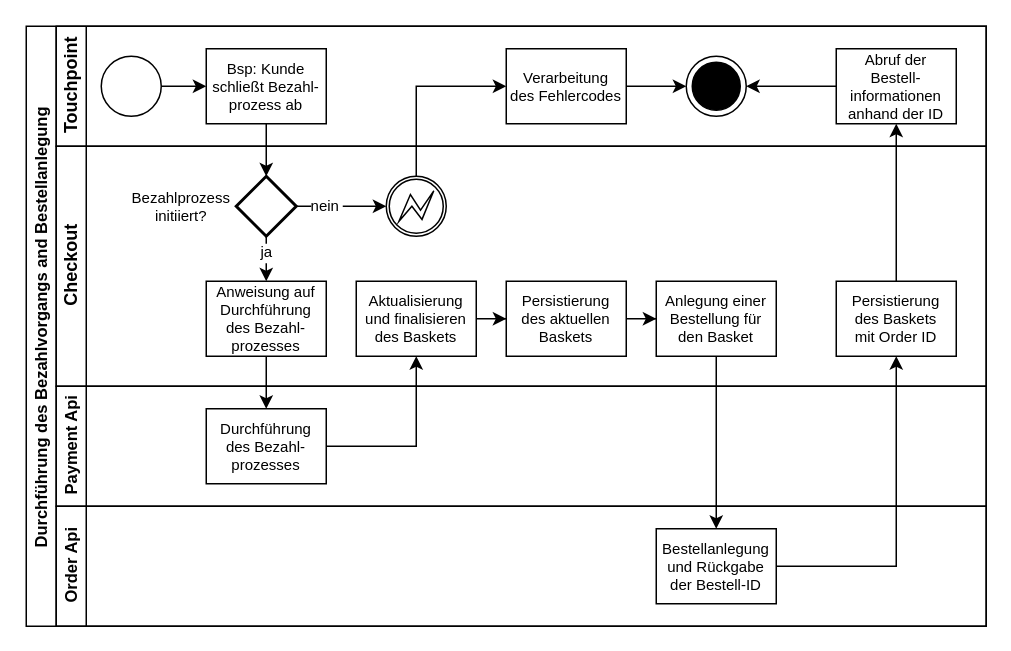
Above: svg/SL ExecPayment.drawio in Thalmaier/bachelor-thesis (draw.io), before the change. Source tidied: cells renumbered, new cells numbered last; positions are measured from the earlier drawing's top-left corner, leaving out a move shared by most shapes. Both pictures are drawn from the tidied source at 150%, with x=0, y=0 at pixel (26, 26).
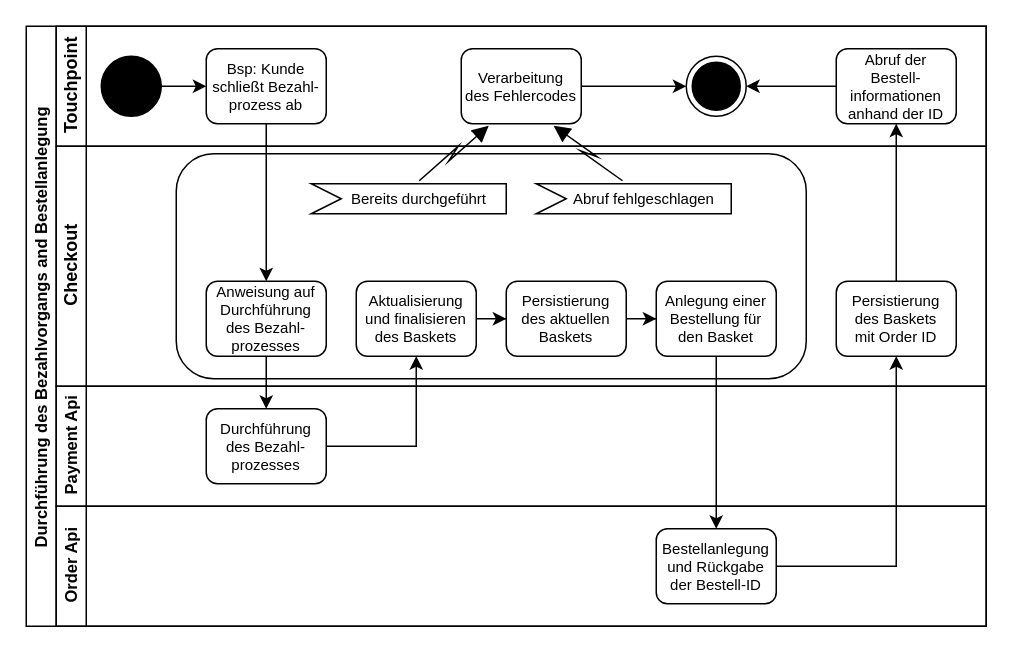
The same diagram, later.

The change refers to these unchanged cells:
```xml
<mxCell id="2" value="Durchführung des Bezahlvorgangs and Bestellanlegung" style="swimlane;horizontal=0;startSize=20;fontColor=#000000;strokeColor=#000000;fontSize=11;fillColor=none;" parent="1" vertex="1">
  <mxGeometry width="640" height="400" as="geometry" />
</mxCell>
<mxCell id="3" value="Touchpoint" style="swimlane;html=1;startSize=20;horizontal=0;fontColor=#000000;strokeColor=#000000;fillColor=none;" parent="2" vertex="1">
  <mxGeometry x="20" width="620" height="80" as="geometry" />
</mxCell>
<mxCell id="14" value="Checkout" style="swimlane;html=1;startSize=20;horizontal=0;fontColor=#000000;strokeColor=#000000;fillColor=none;" parent="2" vertex="1">
  <mxGeometry x="20" y="80" width="620" height="160" as="geometry" />
</mxCell>
<mxCell id="29" value="Payment Api" style="swimlane;html=1;startSize=20;horizontal=0;fontColor=#000000;strokeColor=#000000;fontSize=11;fillColor=none;" parent="2" vertex="1">
  <mxGeometry x="20" y="240" width="620" height="80" as="geometry" />
</mxCell>
<mxCell id="31" value="Order Api" style="swimlane;html=1;startSize=20;horizontal=0;fontColor=#000000;strokeColor=#000000;fontSize=11;fillColor=none;" parent="2" vertex="1">
  <mxGeometry x="20" y="320" width="620" height="80" as="geometry" />
</mxCell>
```

The edit, as a diff of the source:
```diff
@@
-    <mxCell id="5" style="ellipse;whiteSpace=wrap;html=1;fontColor=#000000;strokeColor=#000000;fillColor=#FFFFFF;" parent="3" vertex="1">
+    <mxCell id="5" style="ellipse;whiteSpace=wrap;html=1;fontColor=#000000;strokeColor=#000000;fillColor=#000000;" parent="3" vertex="1">
       <mxGeometry x="30" y="20" width="40" height="40" as="geometry" />
     </mxCell>
-    <mxCell id="6" value="Bsp: Kunde&#10;schließt Bezahl-&#10;prozess ab" style="rounded=0;fontFamily=Helvetica;fontSize=10;fontColor=#000000;align=center;strokeColor=#000000;fillColor=#FFFFFF;" parent="3" vertex="1">
+    <mxCell id="6" value="Bsp: Kunde&#10;schließt Bezahl-&#10;prozess ab" style="rounded=1;fontFamily=Helvetica;fontSize=10;fontColor=#000000;align=center;strokeColor=#000000;fillColor=#FFFFFF;" parent="3" vertex="1">
       <mxGeometry x="100" y="15" width="80" height="50" as="geometry" />
     </mxCell>
@@
-    <mxCell id="8" value="Verarbeitung&#10;des Fehlercodes" style="rounded=0;fontFamily=Helvetica;fontSize=10;fontColor=#000000;align=center;strokeColor=#000000;fillColor=#FFFFFF;" parent="3" vertex="1">
-      <mxGeometry x="300" y="15" width="80" height="50" as="geometry" />
+    <mxCell id="8" value="Verarbeitung&#10;des Fehlercodes" style="rounded=1;fontFamily=Helvetica;fontSize=10;fontColor=#000000;align=center;strokeColor=#000000;fillColor=#FFFFFF;" parent="3" vertex="1">
+      <mxGeometry x="270" y="15" width="80" height="50" as="geometry" />
     </mxCell>
@@
-    <mxCell id="11" value="Abruf der&#10;Bestell-&#10;informationen&#10;anhand der ID" style="rounded=0;fontFamily=Helvetica;fontSize=10;fontColor=#000000;align=center;strokeColor=#000000;fillColor=#FFFFFF;" parent="3" vertex="1">
+    <mxCell id="11" value="Abruf der&#10;Bestell-&#10;informationen&#10;anhand der ID" style="rounded=1;fontFamily=Helvetica;fontSize=10;fontColor=#000000;align=center;strokeColor=#000000;fillColor=#FFFFFF;" parent="3" vertex="1">
       <mxGeometry x="520" y="15" width="80" height="50" as="geometry" />
     </mxCell>
-    <mxCell id="12" style="edgeStyle=orthogonalEdgeStyle;rounded=0;jettySize=auto;html=1;fontSize=10;fontColor=#000000;strokeColor=#000000;entryX=0.5;entryY=0;entryDx=0;entryDy=0;entryPerimeter=0;" parent="2" edge="1" source="6" target="22">
+    <mxCell id="12" style="edgeStyle=orthogonalEdgeStyle;rounded=0;jettySize=auto;html=1;fontSize=10;fontColor=#000000;strokeColor=#000000;" parent="2" edge="1" source="6" target="24">
       <mxGeometry relative="1" as="geometry" />
     </mxCell>
-    <mxCell id="13" style="edgeStyle=orthogonalEdgeStyle;rounded=0;jettySize=auto;html=1;fontSize=10;fontColor=#000000;strokeColor=#000000;exitX=0.5;exitY=0;exitDx=0;exitDy=0;exitPerimeter=0;entryX=0;entryY=0.5;entryDx=0;entryDy=0;" parent="2" edge="1" source="15" target="8">
-      <mxGeometry relative="1" as="geometry" />
-    </mxCell>
@@
-    <mxCell id="15" style="points=[[0.145,0.145,0],[0.5,0,0],[0.855,0.145,0],[1,0.5,0],[0.855,0.855,0],[0.5,1,0],[0.145,0.855,0],[0,0.5,0]];shape=mxgraph.bpmn.event;html=1;verticalLabelPosition=bottom;labelBackgroundColor=#ffffff;verticalAlign=top;align=center;perimeter=ellipsePerimeter;outlineConnect=0;outline=boundInt;symbol=error;fontSize=10;fontColor=#000000;strokeColor=#000000;fillColor=#FFFFFF;" parent="14" vertex="1">
-      <mxGeometry x="220" y="20" width="40" height="40" as="geometry" />
-    </mxCell>
+    <mxCell id="38" style="html=1;align=right;verticalAlign=top;rounded=1;absoluteArcSize=1;arcSize=50;dashed=0;spacingTop=10;spacingRight=30;sketch=0;fillStyle=auto;fillColor=none;" parent="14" vertex="1">
+      <mxGeometry x="80" y="5" width="420" height="150" as="geometry" />
+    </mxCell>
@@
-    <mxCell id="17" value="Aktualisierung&#10;und finalisieren&#10;des Baskets" style="rounded=0;fontFamily=Helvetica;fontSize=10;fontColor=#000000;align=center;strokeColor=#000000;fillColor=#FFFFFF;" parent="14" vertex="1">
+    <mxCell id="17" value="Aktualisierung&#10;und finalisieren&#10;des Baskets" style="rounded=1;fontFamily=Helvetica;fontSize=10;fontColor=#000000;align=center;strokeColor=#000000;fillColor=#FFFFFF;" parent="14" vertex="1">
       <mxGeometry x="200" y="90" width="80" height="50" as="geometry" />
     </mxCell>
-    <mxCell id="18" style="edgeStyle=orthogonalEdgeStyle;rounded=0;jettySize=auto;html=1;fontSize=11;fontColor=#000000;strokeColor=#000000;" parent="14" edge="1" source="22" target="15">
-      <mxGeometry relative="1" as="geometry" />
-    </mxCell>
-    <mxCell id="19" value="nein" style="edgeLabel;align=center;verticalAlign=middle;fontSize=10;fontColor=#000000;labelBackgroundColor=#FFFFFF;" parent="18" vertex="1">
-      <mxGeometry x="-0.19" relative="1" as="geometry">
-        <mxPoint x="-5" y="-1" as="offset" />
-      </mxGeometry>
-    </mxCell>
-    <mxCell id="20" style="edgeStyle=orthogonalEdgeStyle;rounded=0;jettySize=auto;html=1;fontSize=11;fontColor=#000000;strokeColor=#000000;" parent="14" edge="1" source="22" target="24">
-      <mxGeometry relative="1" as="geometry" />
-    </mxCell>
-    <mxCell id="21" value="ja" style="edgeLabel;align=center;verticalAlign=middle;fontSize=10;fontColor=#000000;labelBackgroundColor=#FFFFFF;" parent="20" vertex="1">
-      <mxGeometry x="-0.36" y="-1" relative="1" as="geometry">
-        <mxPoint x="1" y="-6" as="offset" />
-      </mxGeometry>
-    </mxCell>
-    <mxCell id="22" style="strokeWidth=2;html=1;shape=mxgraph.flowchart.decision;whiteSpace=wrap;fontSize=10;fontColor=#000000;fillColor=#FFFFFF;strokeColor=#000000;" parent="14" vertex="1">
-      <mxGeometry x="120" y="20" width="40" height="40" as="geometry" />
-    </mxCell>
-    <mxCell id="23" value="Bezahlprozess&#10;initiiert?" style="text;strokeColor=none;fillColor=none;align=center;verticalAlign=middle;fontSize=10;fontColor=#000000;labelBackgroundColor=none;" parent="14" vertex="1">
-      <mxGeometry x="56" y="35" width="55" height="10" as="geometry" />
-    </mxCell>
-    <mxCell id="24" value="Anweisung auf&#10;Durchführung&#10;des Bezahl-&#10;prozesses" style="rounded=0;fontFamily=Helvetica;fontSize=10;fontColor=#000000;align=center;strokeColor=#000000;fillColor=#FFFFFF;" parent="14" vertex="1">
+    <mxCell id="24" value="Anweisung auf&#10;Durchführung&#10;des Bezahl-&#10;prozesses" style="rounded=1;fontFamily=Helvetica;fontSize=10;fontColor=#000000;align=center;strokeColor=#000000;fillColor=#FFFFFF;" parent="14" vertex="1">
       <mxGeometry x="100" y="90" width="80" height="50" as="geometry" />
     </mxCell>
@@
-    <mxCell id="26" value="Persistierung&#10;des aktuellen&#10;Baskets" style="rounded=0;fontFamily=Helvetica;fontSize=10;fontColor=#000000;align=center;strokeColor=#000000;fillColor=#FFFFFF;" parent="14" vertex="1">
+    <mxCell id="26" value="Persistierung&#10;des aktuellen&#10;Baskets" style="rounded=1;fontFamily=Helvetica;fontSize=10;fontColor=#000000;align=center;strokeColor=#000000;fillColor=#FFFFFF;" parent="14" vertex="1">
       <mxGeometry x="300" y="90" width="80" height="50" as="geometry" />
     </mxCell>
-    <mxCell id="27" value="Anlegung einer&#10;Bestellung für&#10;den Basket" style="rounded=0;fontFamily=Helvetica;fontSize=10;fontColor=#000000;align=center;strokeColor=#000000;fillColor=#FFFFFF;" parent="14" vertex="1">
+    <mxCell id="27" value="Anlegung einer&#10;Bestellung für&#10;den Basket" style="rounded=1;fontFamily=Helvetica;fontSize=10;fontColor=#000000;align=center;strokeColor=#000000;fillColor=#FFFFFF;" parent="14" vertex="1">
       <mxGeometry x="400" y="90" width="80" height="50" as="geometry" />
     </mxCell>
-    <mxCell id="28" value="Persistierung&#10;des Baskets&#10;mit Order ID" style="rounded=0;fontFamily=Helvetica;fontSize=10;fontColor=#000000;align=center;strokeColor=#000000;fillColor=#FFFFFF;" parent="14" vertex="1">
+    <mxCell id="28" value="Persistierung&#10;des Baskets&#10;mit Order ID" style="rounded=1;fontFamily=Helvetica;fontSize=10;fontColor=#000000;align=center;strokeColor=#000000;fillColor=#FFFFFF;" parent="14" vertex="1">
       <mxGeometry x="520" y="90" width="80" height="50" as="geometry" />
     </mxCell>
+    <mxCell id="39" value="Bereits durchgeführt" style="shape=mxgraph.infographic.ribbonSimple;notch1=20;notch2=0;align=center;verticalAlign=middle;fontSize=10;fontStyle=0;fillColor=default;flipH=0;spacingRight=0;spacingLeft=14;rounded=1;sketch=0;fillStyle=auto;strokeColor=#000000;fontColor=#000000;" parent="14" vertex="1">
+      <mxGeometry x="170" y="25" width="130" height="20" as="geometry" />
+    </mxCell>
+    <mxCell id="40" value="Abruf fehlgeschlagen" style="shape=mxgraph.infographic.ribbonSimple;notch1=20;notch2=0;align=center;verticalAlign=middle;fontSize=10;fontStyle=0;fillColor=default;flipH=0;spacingRight=0;spacingLeft=14;rounded=1;sketch=0;fillStyle=auto;strokeColor=#000000;fontColor=#000000;" parent="14" vertex="1">
+      <mxGeometry x="320" y="25" width="130" height="20" as="geometry" />
+    </mxCell>
@@
-    <mxCell id="30" value="Durchführung&#10;des Bezahl-&#10;prozesses" style="rounded=0;fontFamily=Helvetica;fontSize=10;fontColor=#000000;align=center;strokeColor=#000000;fillColor=#FFFFFF;" parent="29" vertex="1">
+    <mxCell id="30" value="Durchführung&#10;des Bezahl-&#10;prozesses" style="rounded=1;fontFamily=Helvetica;fontSize=10;fontColor=#000000;align=center;strokeColor=#000000;fillColor=#FFFFFF;" parent="29" vertex="1">
       <mxGeometry x="100" y="15" width="80" height="50" as="geometry" />
     </mxCell>
@@
-    <mxCell id="32" value="Bestellanlegung&#10;und Rückgabe&#10;der Bestell-ID" style="rounded=0;fontFamily=Helvetica;fontSize=10;fontColor=#000000;align=center;strokeColor=#000000;fillColor=#FFFFFF;" parent="31" vertex="1">
+    <mxCell id="32" value="Bestellanlegung&#10;und Rückgabe&#10;der Bestell-ID" style="rounded=1;fontFamily=Helvetica;fontSize=10;fontColor=#000000;align=center;strokeColor=#000000;fillColor=#FFFFFF;" parent="31" vertex="1">
       <mxGeometry x="400" y="15" width="80" height="50" as="geometry" />
     </mxCell>
@@
+    <mxCell id="41" style="shape=mxgraph.lean_mapping.electronic_info_flow_edge;html=1;rounded=0;fontSize=12;fontColor=#000000;endArrow=classic;endFill=1;strokeColor=#000000;entryX=0.25;entryY=1;entryDx=0;entryDy=0;exitX=0;exitY=0;exitDx=69.5;exitDy=0;exitPerimeter=0;" parent="2" edge="1" source="39" target="8">
+      <mxGeometry relative="1" as="geometry">
+        <Array as="points">
+          <mxPoint x="260" y="100" />
+        </Array>
+      </mxGeometry>
+    </mxCell>
+    <mxCell id="42" style="shape=mxgraph.lean_mapping.electronic_info_flow_edge;html=1;rounded=0;fontSize=12;fontColor=#000000;endArrow=classic;endFill=1;strokeColor=#000000;entryX=0.75;entryY=1;entryDx=0;entryDy=0;exitX=0;exitY=0;exitDx=60;exitDy=0;exitPerimeter=0;" parent="2" edge="1" source="40" target="8">
+      <mxGeometry relative="1" as="geometry">
+        <Array as="points">
+          <mxPoint x="270" y="110" />
+        </Array>
+      </mxGeometry>
+    </mxCell>
```
